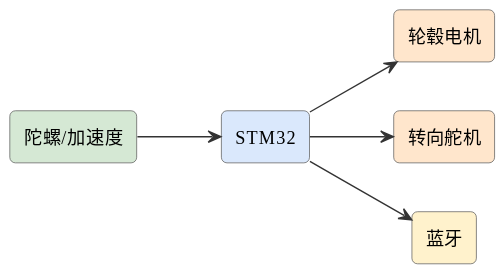
Before: assets/diagrams/ideas-fig96.svg, a diagram exported from PlantUML (mingyi0818/IntelligentMcuCourse). Source of this version:
```plantuml
@startuml
skinparam defaultFontName "Microsoft YaHei"
skinparam rectangleRoundCorner 8
skinparam rectangleBorderColor #555
skinparam rectangleFontSize 13
skinparam arrowFontSize 11
skinparam arrowColor #333
left to right direction
rectangle "陀螺/加速度" as imu #d5e8d4
rectangle "STM32" as stm #dae8fc
rectangle "轮毂电机" as motor #ffe6cc
rectangle "转向舵机" as servo #ffe6cc
rectangle "蓝牙" as bt #fff2cc
imu --> stm
stm --> motor
stm --> servo
stm --> bt
@enduml
```
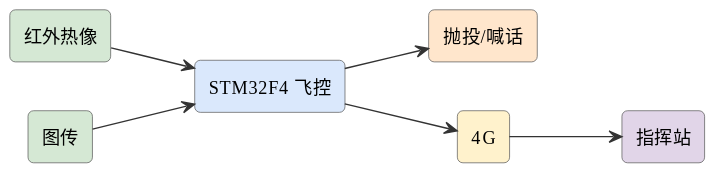
After the commit.

Change to the diagram source:
```diff
@@ -6,13 +6,15 @@
 skinparam arrowFontSize 11
 skinparam arrowColor #333
 left to right direction
-rectangle "陀螺/加速度" as imu #d5e8d4
-rectangle "STM32" as stm #dae8fc
-rectangle "轮毂电机" as motor #ffe6cc
-rectangle "转向舵机" as servo #ffe6cc
-rectangle "蓝牙" as bt #fff2cc
-imu --> stm
-stm --> motor
-stm --> servo
-stm --> bt
+rectangle "STM32F4 飞控" as fc #dae8fc
+rectangle "红外热像" as ir #d5e8d4
+rectangle "图传" as cam #d5e8d4
+rectangle "抛投/喊话" as drop #ffe6cc
+rectangle "4G" as g #fff2cc
+rectangle "指挥站" as gs #e1d5e8
+ir --> fc
+cam --> fc
+fc --> drop
+fc --> g
+g --> gs
 @enduml
```
